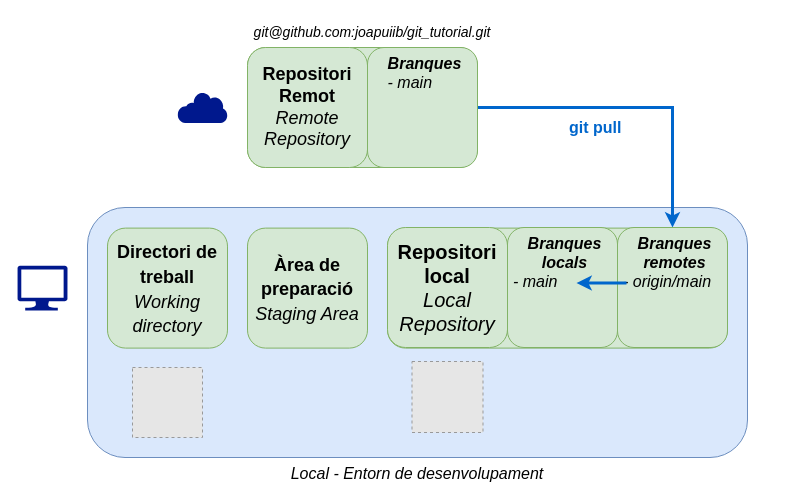
The draw.io diagram docs/apunts/img/remots/pull.drawio in joapuiib/curs-git, before the edit. Source tidied: cells renumbered, new cells numbered last; positions are measured from the earlier drawing's top-left corner, leaving out a move shared by most shapes. Both pictures are drawn from the tidied source at 100%, with x=0, y=0 at pixel (17, 17). Pictures stored in the file or linked from it are replaced by grey dashed boxes.
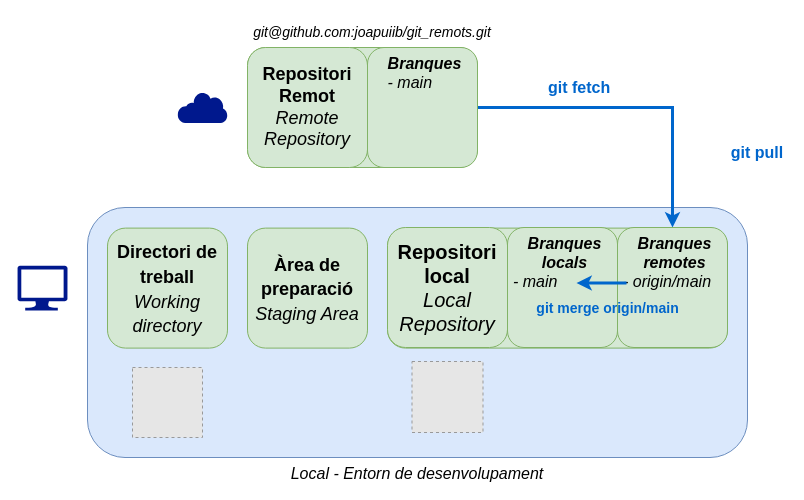
The same page after the edit.

The change refers to these unchanged cells:
```xml
<mxCell id="16" value="&lt;i style=&quot;&quot;&gt;&lt;b style=&quot;font-size: 16px;&quot;&gt;Branques&lt;/b&gt;&lt;br style=&quot;font-size: 16px;&quot;&gt;&lt;div style=&quot;text-align: left;&quot;&gt;&lt;span style=&quot;background-color: initial;&quot;&gt;- main&lt;/span&gt;&lt;br&gt;&lt;/div&gt;&lt;/i&gt;" style="rounded=1;whiteSpace=wrap;html=1;fontSize=16;fillColor=#d5e8d4;strokeColor=#82b366;verticalAlign=top;spacingLeft=5;" parent="1" vertex="1">
  <mxGeometry x="350" y="30" width="110" height="120" as="geometry" />
</mxCell>
<mxCell id="17" value="&lt;i style=&quot;&quot;&gt;&lt;b style=&quot;font-size: 16px;&quot;&gt;Branques remotes&lt;/b&gt;&lt;br style=&quot;font-size: 16px;&quot;&gt;&lt;div style=&quot;text-align: left;&quot;&gt;&lt;span style=&quot;background-color: initial;&quot;&gt;- origin/main&lt;/span&gt;&lt;br&gt;&lt;/div&gt;&lt;/i&gt;" style="rounded=1;whiteSpace=wrap;html=1;fontSize=16;fillColor=#d5e8d4;strokeColor=#82b366;verticalAlign=top;spacingLeft=5;" parent="1" vertex="1">
  <mxGeometry x="600" y="210" width="110" height="120" as="geometry" />
</mxCell>
```

The edit, as a diff of the source:
```diff
@@
-    <mxCell id="7" value="&lt;span style=&quot;font-size: 16px;&quot;&gt;git pull&lt;/span&gt;" style="edgeStyle=orthogonalEdgeStyle;rounded=0;jettySize=auto;html=1;exitX=0.5;exitY=0;exitDx=0;exitDy=0;labelPosition=right;verticalLabelPosition=middle;align=left;verticalAlign=middle;entryX=1;entryY=0.5;entryDx=0;entryDy=0;endArrow=none;endFill=0;startArrow=classic;startFill=1;strokeWidth=3;fillColor=#dae8fc;strokeColor=#0066CC;fontColor=#0066CC;fontStyle=1;" parent="1" edge="1" source="17" target="16">
-      <mxGeometry x="0.43" y="20" relative="1" as="geometry" />
+    <mxCell id="7" value="&lt;span style=&quot;font-size: 16px;&quot;&gt;git fetch&lt;/span&gt;" style="edgeStyle=orthogonalEdgeStyle;rounded=0;jettySize=auto;html=1;exitX=0.5;exitY=0;exitDx=0;exitDy=0;labelPosition=right;verticalLabelPosition=middle;align=left;verticalAlign=middle;entryX=1;entryY=0.5;entryDx=0;entryDy=0;endArrow=none;endFill=0;startArrow=classic;startFill=1;strokeWidth=3;fillColor=#dae8fc;strokeColor=#0066CC;fontColor=#0066CC;fontStyle=1;" parent="1" edge="1" source="17" target="16">
+      <mxGeometry x="0.56" y="-20" relative="1" as="geometry" />
     </mxCell>
@@
-    <mxCell id="14" value="git@github.com:joapuiib/git_tutorial.git" style="text;html=1;strokeColor=none;fillColor=none;align=center;verticalAlign=middle;whiteSpace=wrap;rounded=0;fontSize=14;fontStyle=2;" parent="1" vertex="1">
+    <mxCell id="14" value="git@github.com:joapuiib/git_remots&lt;span style=&quot;background-color: initial;&quot;&gt;.git&lt;/span&gt;" style="text;html=1;strokeColor=none;fillColor=none;align=center;verticalAlign=middle;whiteSpace=wrap;rounded=0;fontSize=14;fontStyle=2;" parent="1" vertex="1">
       <mxGeometry x="175" width="360" height="30" as="geometry" />
     </mxCell>
@@
-    <mxCell id="18" style="endArrow=classic;html=1;rounded=0;fillColor=#dae8fc;strokeColor=#0066CC;strokeWidth=3;" parent="1" edge="1">
-      <mxGeometry relative="1" as="geometry">
+    <mxCell id="18" value="&lt;b&gt;&lt;font style=&quot;font-size: 14px;&quot;&gt;git merge origin/main&lt;/font&gt;&lt;/b&gt;" style="endArrow=classic;html=1;rounded=0;fillColor=#dae8fc;strokeColor=#0066CC;strokeWidth=3;fontColor=#0066CC;labelBackgroundColor=none;" parent="1" edge="1">
+      <mxGeometry x="-0.24" y="25" relative="1" as="geometry">
         <mxPoint x="609" y="265.5" as="sourcePoint" />
         <mxPoint x="559" y="265.5" as="targetPoint" />
       </mxGeometry>
     </mxCell>
+    <mxCell id="19" value="&lt;font size=&quot;1&quot; color=&quot;#0066cc&quot;&gt;&lt;b style=&quot;font-size: 16px;&quot;&gt;git pull&lt;/b&gt;&lt;/font&gt;" style="text;html=1;align=center;verticalAlign=middle;whiteSpace=wrap;rounded=0;" parent="1" vertex="1">
+      <mxGeometry x="710" y="120" width="60" height="30" as="geometry" />
+    </mxCell>
```
